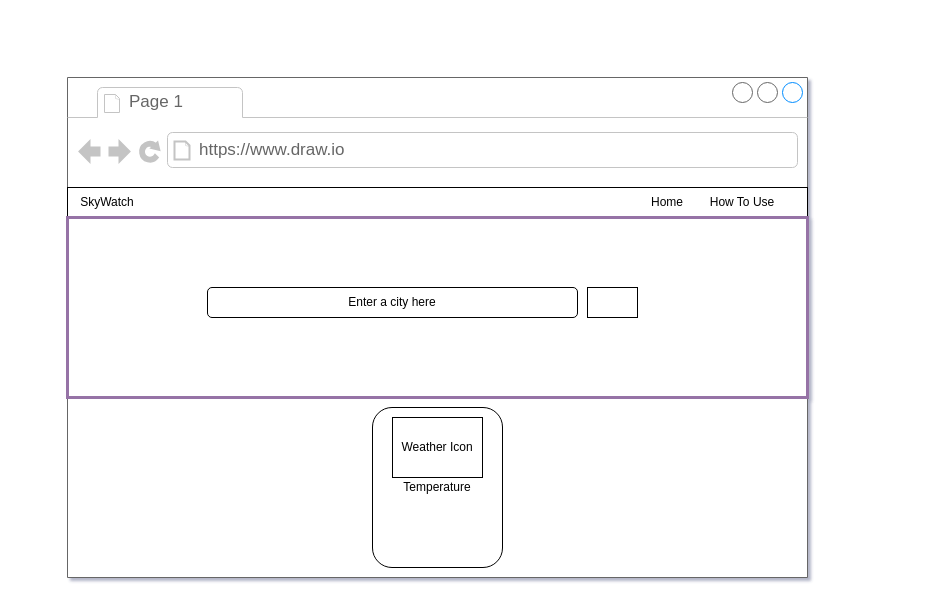
This is WeatherAPP.drawio from mazenabdul/WebsiteLayout, a draw.io file, before an edit. Source tidied: cells renumbered, new cells numbered last; positions are measured from the earlier drawing's top-left corner, leaving out a move shared by most shapes. Both pictures are drawn from the tidied source at 100%, with x=0, y=0 at pixel (67, 77).
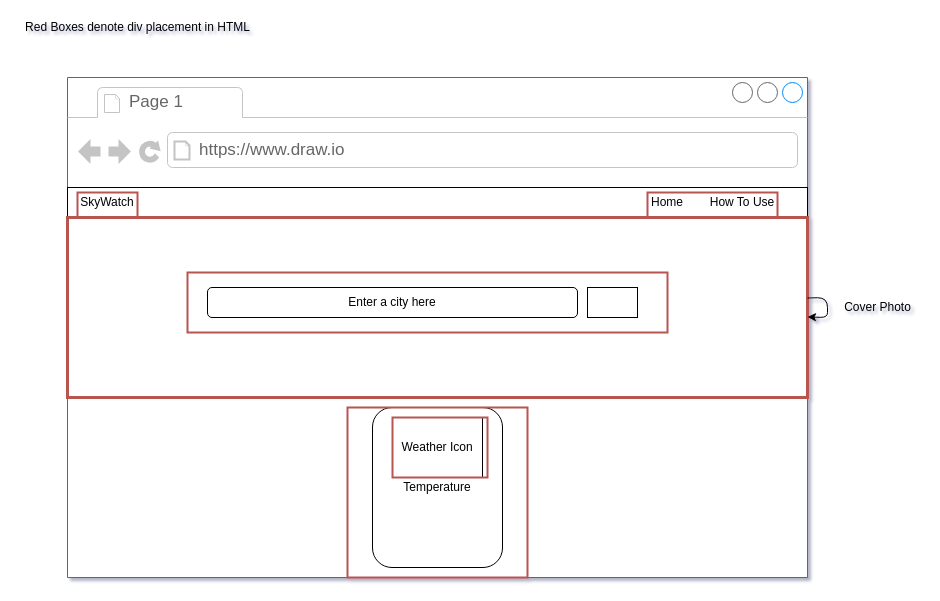
Above is the later version.

Unchanged cells that the change refers to:
```xml
<mxCell id="2" style="strokeWidth=1;shadow=0;dashed=0;align=center;html=1;shape=mxgraph.mockup.containers.browserWindow;rSize=0;strokeColor=#666666;strokeColor2=#008cff;strokeColor3=#c4c4c4;mainText=,;" parent="1" vertex="1">
  <mxGeometry width="740" height="500" as="geometry" />
</mxCell>
```

Diff of the diagram source:
```diff
@@
-    <mxCell id="9" style="rounded=0;whiteSpace=wrap;html=1;strokeColor=#9673a6;fillColor=none;strokeWidth=3;" parent="2" vertex="1">
+    <mxCell id="9" style="rounded=0;whiteSpace=wrap;html=1;strokeColor=#b85450;strokeWidth=3;fillColor=none;" parent="2" vertex="1">
       <mxGeometry y="140" width="740" height="180" as="geometry" />
     </mxCell>
@@
+    <mxCell id="14" style="rounded=0;whiteSpace=wrap;html=1;strokeWidth=2;strokeColor=#b85450;fillColor=none;" parent="2" vertex="1">
+      <mxGeometry x="10" y="115" width="60" height="25" as="geometry" />
+    </mxCell>
+    <mxCell id="15" style="rounded=0;whiteSpace=wrap;html=1;strokeWidth=2;strokeColor=#b85450;fillColor=none;" parent="2" vertex="1">
+      <mxGeometry x="580" y="115" width="130" height="25" as="geometry" />
+    </mxCell>
+    <mxCell id="16" style="rounded=0;whiteSpace=wrap;html=1;strokeWidth=2;strokeColor=#b85450;fillColor=none;" parent="2" vertex="1">
+      <mxGeometry x="280" y="330" width="180" height="170" as="geometry" />
+    </mxCell>
+    <mxCell id="17" style="rounded=0;whiteSpace=wrap;html=1;strokeWidth=2;strokeColor=#b85450;fillColor=none;" parent="2" vertex="1">
+      <mxGeometry x="325" y="340" width="95" height="60" as="geometry" />
+    </mxCell>
+    <mxCell id="18" style="endArrow=classic;html=1;" parent="2" edge="1" source="9" target="9">
+      <mxGeometry relative="1" as="geometry">
+        <Array as="points">
+          <mxPoint x="70" y="270" />
+        </Array>
+      </mxGeometry>
+    </mxCell>
+    <mxCell id="19" style="rounded=0;whiteSpace=wrap;html=1;strokeWidth=2;strokeColor=#b85450;fillColor=none;" parent="2" vertex="1">
+      <mxGeometry x="120" y="195" width="480" height="60" as="geometry" />
+    </mxCell>
+    <mxCell id="20" value="Red Boxes denote div placement in HTML" style="text;html=1;align=center;verticalAlign=middle;" parent="1" vertex="1">
+      <mxGeometry x="-50" y="-60" width="240" height="20" as="geometry" />
+    </mxCell>
+    <mxCell id="21" value="Cover Photo" style="text;html=1;align=center;verticalAlign=middle;" parent="1" vertex="1">
+      <mxGeometry x="770" y="220" width="80" height="20" as="geometry" />
+    </mxCell>
```
